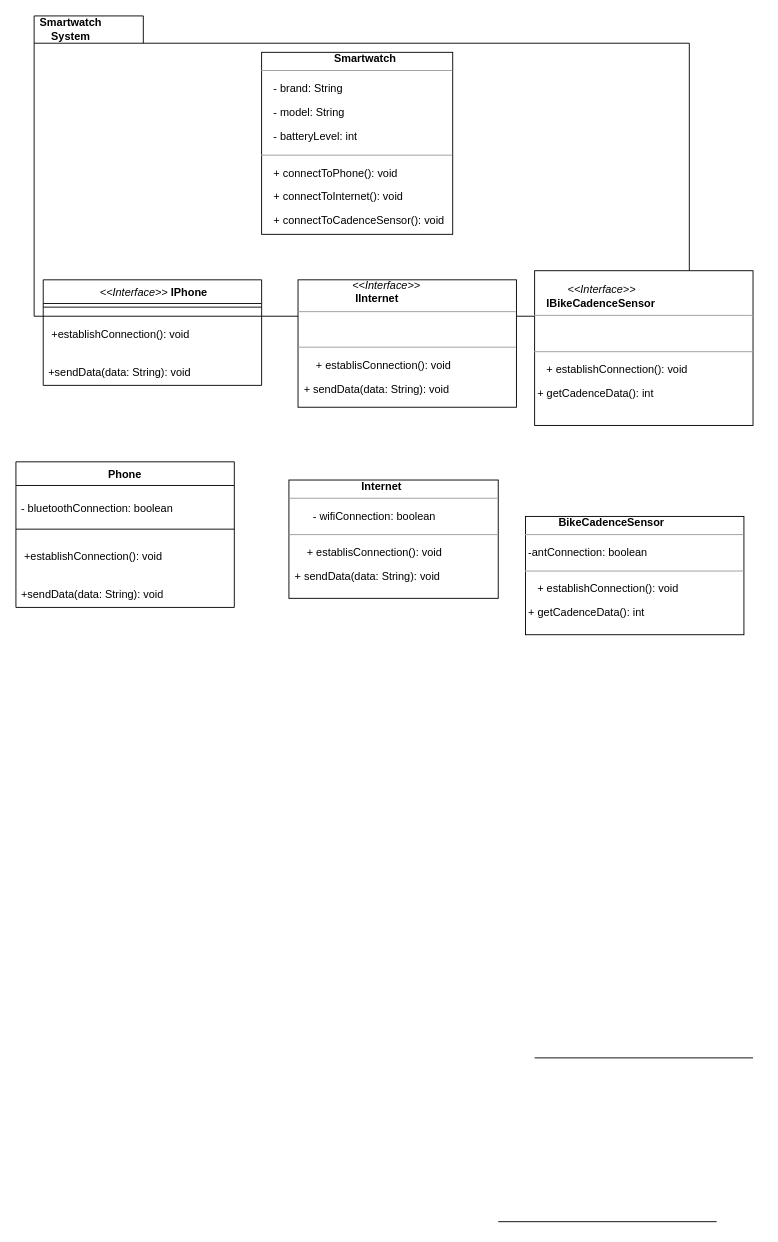
Calebcheruiyc/ProjTech keeps this draw.io diagram as CIS 622 Diagram.drawio. Above is the earlier version. Source tidied: cells renumbered, new cells numbered last; positions are measured from the earlier drawing's top-left corner, leaving out a move shared by most shapes. Both pictures are drawn from the tidied source at 91%, with x=0, y=0 at pixel (15, 15).
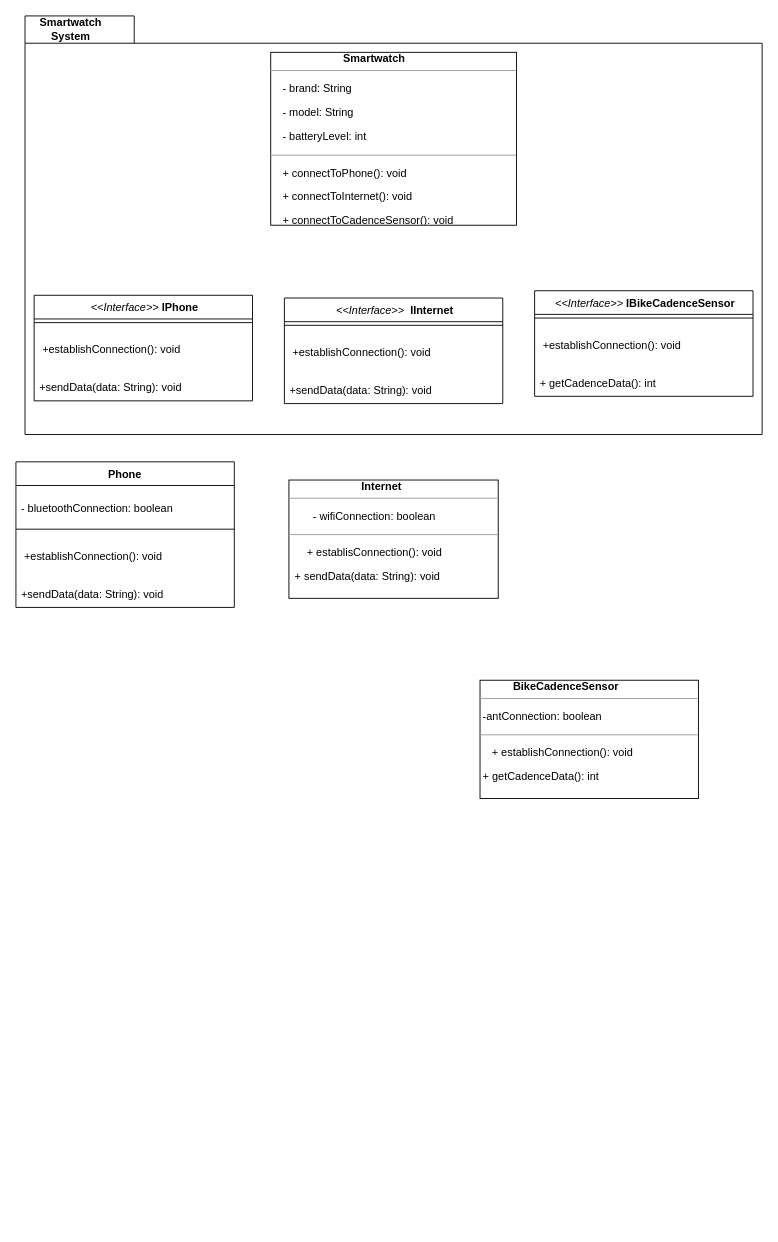
The same page after the edit.

What changed in the source:
```diff
@@
     <mxCell id="2" style="shape=folder;fontStyle=1;spacingTop=10;tabWidth=120;tabHeight=30;tabPosition=left;html=1;whiteSpace=wrap;" parent="1" vertex="1">
-      <mxGeometry x="20" width="720" height="330" as="geometry" />
+      <mxGeometry x="10" width="810" height="460" as="geometry" />
     </mxCell>
@@
     <mxCell id="9" value="&amp;nbsp; &amp;nbsp; &amp;nbsp; &amp;nbsp; &amp;nbsp; &amp;nbsp; &amp;nbsp; &amp;nbsp; &amp;nbsp; &amp;nbsp; &amp;nbsp; &amp;nbsp;&lt;b&gt; Smartwatch&lt;/b&gt;&amp;nbsp;&lt;br&gt;&lt;hr size=&quot;1&quot;&gt;&lt;p class=&quot;MsoNormal&quot;&gt;&amp;nbsp; &amp;nbsp; - brand: String&lt;/p&gt;&lt;p class=&quot;MsoNormal&quot;&gt;&lt;span lang=&quot;EN-US&quot;&gt;&amp;nbsp;&amp;nbsp;&amp;nbsp; - model: String&lt;/span&gt;&lt;/p&gt;&lt;p class=&quot;MsoNormal&quot;&gt;&lt;span lang=&quot;EN-US&quot;&gt;&amp;nbsp;&amp;nbsp;&amp;nbsp; - batteryLevel: int&lt;/span&gt;&lt;/p&gt;&lt;hr size=&quot;1&quot;&gt;&lt;p class=&quot;MsoNormal&quot;&gt;&amp;nbsp; &amp;nbsp; + connectToPhone(): void&lt;/p&gt;&lt;p class=&quot;MsoNormal&quot;&gt;&lt;span lang=&quot;EN-US&quot;&gt;&amp;nbsp;&amp;nbsp;&amp;nbsp; + connectToInternet(): void&lt;/span&gt;&lt;/p&gt;&lt;p class=&quot;MsoNormal&quot;&gt;&lt;span lang=&quot;EN-US&quot;&gt;&amp;nbsp;&amp;nbsp;&amp;nbsp; + connectToCadenceSensor(): void&lt;/span&gt;&lt;/p&gt;" style="verticalAlign=top;align=left;overflow=fill;fontSize=12;fontFamily=Helvetica;html=1;whiteSpace=wrap;" parent="1" vertex="1">
-      <mxGeometry x="270" y="40" width="210" height="200" as="geometry" />
+      <mxGeometry x="280" y="40" width="270" height="190" as="geometry" />
     </mxCell>
@@
     <mxCell id="11" value="&amp;nbsp; &amp;nbsp; &amp;nbsp; &amp;nbsp; &amp;nbsp; &lt;b&gt;&amp;nbsp;BikeCadenceSensor&amp;nbsp;&lt;/b&gt;&lt;br&gt;&lt;hr size=&quot;1&quot;&gt;&lt;p class=&quot;MsoNormal&quot;&gt;&amp;nbsp;-antConnection: boolean&lt;br&gt;&lt;/p&gt;&lt;p class=&quot;MsoNormal&quot;&gt;&lt;span lang=&quot;EN-US&quot;&gt;&lt;/span&gt;&lt;/p&gt;&lt;p class=&quot;MsoNormal&quot;&gt;&lt;span lang=&quot;EN-US&quot;&gt;&lt;/span&gt;&lt;/p&gt;&lt;hr size=&quot;1&quot;&gt;&lt;p class=&quot;MsoNormal&quot;&gt;&amp;nbsp;&amp;nbsp;&amp;nbsp; &lt;span style=&quot;background-color: initial;&quot;&gt;+ establishConnection(): void&lt;/span&gt;&lt;/p&gt;&lt;p class=&quot;MsoNormal&quot;&gt;&lt;span lang=&quot;EN-US&quot;&gt;&amp;nbsp;+ getCadenceData(): int&lt;/span&gt;&lt;/p&gt;" style="verticalAlign=top;align=left;overflow=fill;fontSize=12;fontFamily=Helvetica;html=1;whiteSpace=wrap;" parent="1" vertex="1">
-      <mxGeometry x="560" y="550" width="240" height="130" as="geometry" />
+      <mxGeometry x="510" y="730" width="240" height="130" as="geometry" />
     </mxCell>
     <mxCell id="12" value="&lt;i style=&quot;border-color: var(--border-color); font-weight: 400;&quot;&gt;&amp;nbsp;&amp;lt;&amp;lt;Interface&amp;gt;&amp;gt;&amp;nbsp;&lt;/i&gt;IPhone" style="swimlane;fontStyle=1;align=center;verticalAlign=top;horizontal=1;startSize=26;whiteSpace=wrap;html=1;" parent="1" vertex="1">
-      <mxGeometry x="30" y="290" width="240" height="116" as="geometry" />
+      <mxGeometry x="20" y="307" width="240" height="116" as="geometry" />
     </mxCell>
@@
-    <mxCell id="16" value="&amp;nbsp; &amp;nbsp; &amp;nbsp; &amp;nbsp; &amp;nbsp; &amp;nbsp; &amp;nbsp; &amp;nbsp; &amp;nbsp; &lt;i style=&quot;border-color: var(--border-color); text-align: center;&quot;&gt;&amp;lt;&amp;lt;Interface&amp;gt;&amp;gt;&lt;/i&gt;&lt;b&gt;&lt;br&gt;&amp;nbsp; &amp;nbsp; &amp;nbsp; &amp;nbsp; &amp;nbsp; &amp;nbsp; &amp;nbsp; &amp;nbsp; &amp;nbsp; &amp;nbsp;IInternet&lt;/b&gt;&lt;br&gt;&lt;hr size=&quot;1&quot;&gt;&lt;p class=&quot;MsoNormal&quot;&gt;&amp;nbsp; &amp;nbsp; &amp;nbsp; &amp;nbsp;&lt;br&gt;&lt;/p&gt;&lt;p class=&quot;MsoNormal&quot;&gt;&lt;span lang=&quot;EN-US&quot;&gt;&lt;/span&gt;&lt;/p&gt;&lt;hr size=&quot;1&quot;&gt;&lt;p class=&quot;MsoNormal&quot;&gt;&amp;nbsp; &amp;nbsp;&amp;nbsp;&amp;nbsp; &lt;span style=&quot;background-color: initial;&quot;&gt;+ establisConnection(): void&lt;/span&gt;&lt;/p&gt;&lt;span style=&quot;background-color: initial;&quot;&gt;&amp;nbsp; + sendData(data: String): void&lt;/span&gt;" style="verticalAlign=top;align=left;overflow=fill;fontSize=12;fontFamily=Helvetica;html=1;whiteSpace=wrap;" parent="1" vertex="1">
-      <mxGeometry x="310" y="290" width="240" height="140" as="geometry" />
-    </mxCell>
-    <mxCell id="17" value="&amp;nbsp; &amp;nbsp; &amp;nbsp; &amp;nbsp; &amp;nbsp; &lt;br&gt;&lt;b&gt;&amp;nbsp; &amp;nbsp; &amp;nbsp; &amp;nbsp; &amp;nbsp; &amp;nbsp;&lt;/b&gt;&lt;i style=&quot;border-color: var(--border-color); text-align: center;&quot;&gt;&amp;lt;&amp;lt;Interface&amp;gt;&amp;gt;&lt;/i&gt;&lt;b&gt;&lt;br&gt;&amp;nbsp; &amp;nbsp; IBikeCadenceSensor&amp;nbsp;&lt;/b&gt;&lt;br&gt;&lt;hr size=&quot;1&quot;&gt;&lt;p class=&quot;MsoNormal&quot;&gt;&lt;br&gt;&lt;/p&gt;&lt;p class=&quot;MsoNormal&quot;&gt;&lt;span lang=&quot;EN-US&quot;&gt;&lt;/span&gt;&lt;/p&gt;&lt;p class=&quot;MsoNormal&quot;&gt;&lt;span lang=&quot;EN-US&quot;&gt;&lt;/span&gt;&lt;/p&gt;&lt;hr size=&quot;1&quot;&gt;&lt;p class=&quot;MsoNormal&quot;&gt;&amp;nbsp;&amp;nbsp;&amp;nbsp; &lt;span style=&quot;background-color: initial;&quot;&gt;+ establishConnection(): void&lt;/span&gt;&lt;/p&gt;&lt;p class=&quot;MsoNormal&quot;&gt;&lt;span lang=&quot;EN-US&quot;&gt;&amp;nbsp;+ getCadenceData(): int&lt;/span&gt;&lt;/p&gt;" style="verticalAlign=top;align=left;overflow=fill;fontSize=12;fontFamily=Helvetica;html=1;whiteSpace=wrap;" parent="1" vertex="1">
-      <mxGeometry x="570" y="280" width="240" height="170" as="geometry" />
-    </mxCell>
-    <mxCell id="18" style="line;strokeWidth=1;fillColor=none;align=left;verticalAlign=middle;spacingTop=-1;spacingLeft=3;spacingRight=3;labelPosition=right;strokeColor=inherit;" parent="1" vertex="1">
-      <mxGeometry x="570" y="1140" width="240" height="10" as="geometry" />
-    </mxCell>
-    <mxCell id="19" style="line;strokeWidth=1;fillColor=none;align=left;verticalAlign=middle;spacingTop=-1;spacingLeft=3;spacingRight=3;labelPosition=right;strokeColor=inherit;" parent="1" vertex="1">
-      <mxGeometry x="530" y="1320" width="240" height="10" as="geometry" />
-    </mxCell>
+    <mxCell id="20" value="&lt;i style=&quot;border-color: var(--border-color); font-weight: 400;&quot;&gt;&amp;nbsp;&amp;lt;&amp;lt;Interface&amp;gt;&amp;gt;&amp;nbsp;&lt;/i&gt;&lt;b style=&quot;border-color: var(--border-color); text-align: left;&quot;&gt;IBikeCadenceSensor&lt;/b&gt;" style="swimlane;fontStyle=1;align=center;verticalAlign=top;horizontal=1;startSize=26;whiteSpace=wrap;html=1;" parent="1" vertex="1">
+      <mxGeometry x="570" y="302" width="240" height="116" as="geometry" />
+    </mxCell>
+    <mxCell id="21" style="line;strokeWidth=1;fillColor=none;align=left;verticalAlign=middle;spacingTop=-1;spacingLeft=3;spacingRight=3;labelPosition=right;strokeColor=inherit;" parent="20" vertex="1">
+      <mxGeometry y="26" width="240" height="8" as="geometry" />
+    </mxCell>
+    <mxCell id="22" value="&lt;p class=&quot;MsoNormal&quot;&gt;&amp;nbsp;+establishConnection(): void&lt;br&gt;&lt;/p&gt;" style="text;strokeColor=none;fillColor=none;align=left;verticalAlign=top;spacingLeft=4;spacingRight=4;overflow=hidden;whiteSpace=wrap;html=1;" parent="20" vertex="1">
+      <mxGeometry y="34" width="240" height="42" as="geometry" />
+    </mxCell>
+    <mxCell id="23" value="&lt;p class=&quot;MsoNormal&quot;&gt;&lt;/p&gt;&lt;p class=&quot;MsoNormal&quot;&gt;+ getCadenceData(): int&lt;br&gt;&lt;/p&gt;" style="text;strokeColor=none;fillColor=none;align=left;verticalAlign=top;spacingLeft=4;spacingRight=4;overflow=hidden;whiteSpace=wrap;html=1;" parent="20" vertex="1">
+      <mxGeometry y="76" width="240" height="40" as="geometry" />
+    </mxCell>
+    <mxCell id="24" value="&lt;i style=&quot;border-color: var(--border-color); font-weight: 400;&quot;&gt;&amp;nbsp;&amp;lt;&amp;lt;Interface&amp;gt;&amp;gt;&amp;nbsp;&lt;/i&gt;&lt;b style=&quot;border-color: var(--border-color); text-align: left;&quot;&gt;&amp;nbsp;IInternet&lt;/b&gt;" style="swimlane;fontStyle=1;align=center;verticalAlign=top;horizontal=1;startSize=26;whiteSpace=wrap;html=1;" parent="1" vertex="1">
+      <mxGeometry x="295" y="310" width="240" height="116" as="geometry" />
+    </mxCell>
+    <mxCell id="25" style="line;strokeWidth=1;fillColor=none;align=left;verticalAlign=middle;spacingTop=-1;spacingLeft=3;spacingRight=3;labelPosition=right;strokeColor=inherit;" parent="24" vertex="1">
+      <mxGeometry y="26" width="240" height="8" as="geometry" />
+    </mxCell>
+    <mxCell id="26" value="&lt;p class=&quot;MsoNormal&quot;&gt;&amp;nbsp;+establishConnection(): void&lt;br&gt;&lt;/p&gt;" style="text;strokeColor=none;fillColor=none;align=left;verticalAlign=top;spacingLeft=4;spacingRight=4;overflow=hidden;whiteSpace=wrap;html=1;" parent="24" vertex="1">
+      <mxGeometry y="34" width="240" height="42" as="geometry" />
+    </mxCell>
+    <mxCell id="27" value="&lt;p class=&quot;MsoNormal&quot;&gt;&lt;/p&gt;&lt;p class=&quot;MsoNormal&quot;&gt;&lt;span lang=&quot;en-KE&quot;&gt;+sendData(data: String): void&lt;/span&gt;&lt;/p&gt;" style="text;strokeColor=none;fillColor=none;align=left;verticalAlign=top;spacingLeft=4;spacingRight=4;overflow=hidden;whiteSpace=wrap;html=1;" parent="24" vertex="1">
+      <mxGeometry y="76" width="240" height="40" as="geometry" />
+    </mxCell>
```
